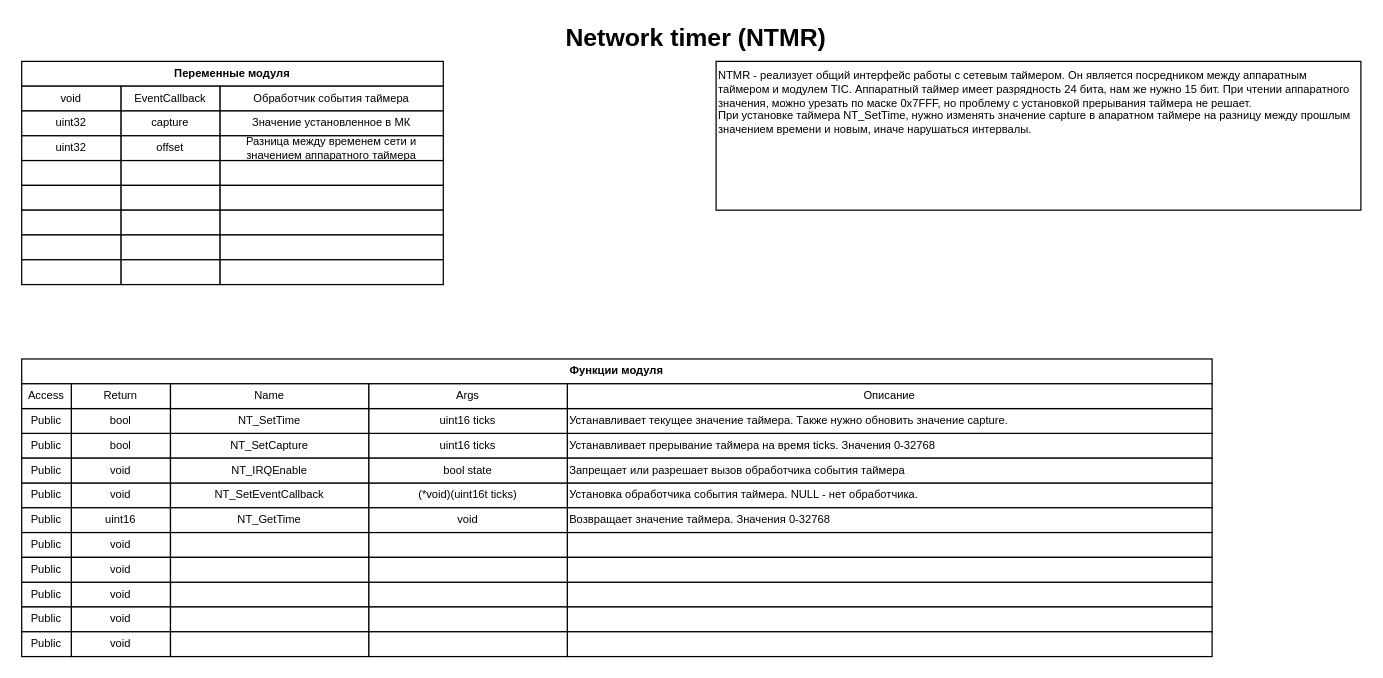
Earlier version of the draw.io diagram page "NTMR" (2 of 11) of documentation/programm modules/modulse struct.drawio (saurex83/WMNU). Source tidied: cells renumbered, new cells numbered last; positions are measured from the earlier drawing's top-left corner, leaving out a move shared by most shapes. Both pictures are drawn from the tidied source at 124%, with x=0, y=0 at pixel (21, 24).
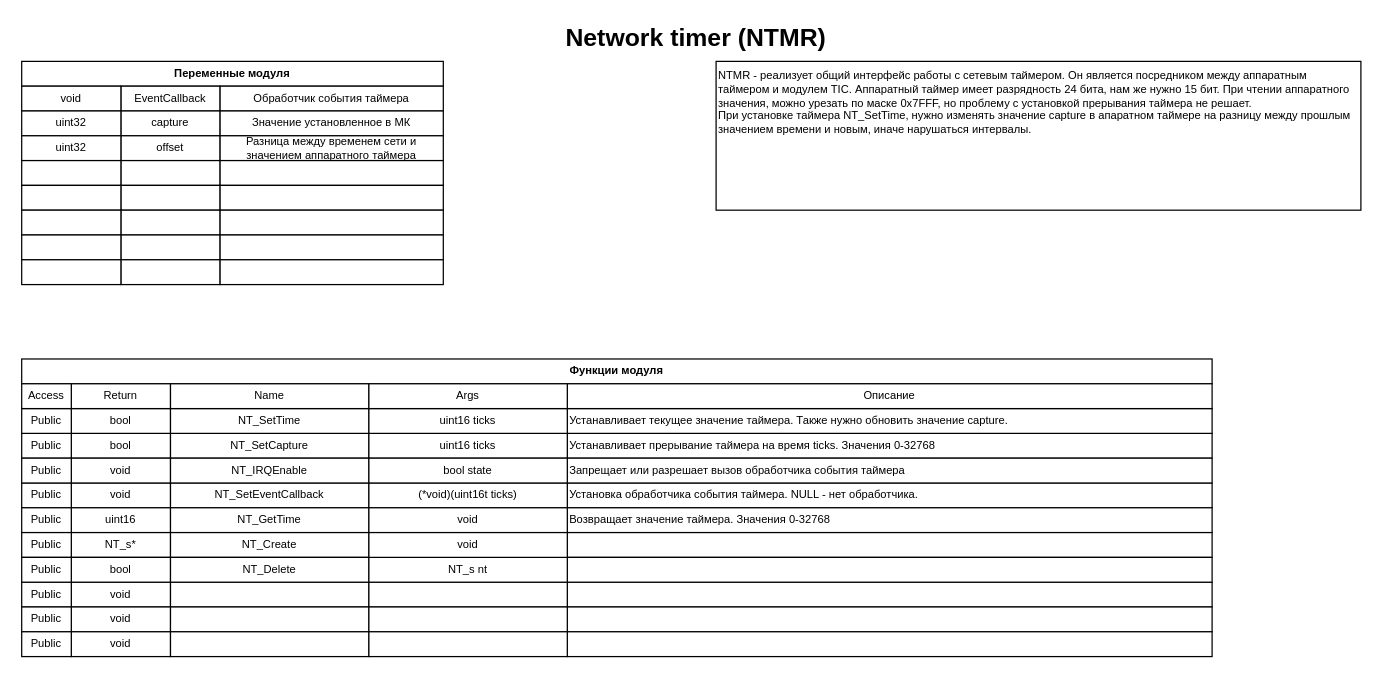
Above is the later version.

Unchanged cells that the change refers to:
```xml
<mxCell id="41" style="group;" parent="1" vertex="1">
  <mxGeometry y="410" width="960" height="20" as="geometry" />
</mxCell>
<mxCell id="58" style="group;" parent="1" vertex="1">
  <mxGeometry y="430" width="960" height="20" as="geometry" />
</mxCell>
```

The edit, as a diff of the source:
```diff
@@
-    <mxCell id="42" value="void" style="rounded=0;whiteSpace=wrap;html=1;fontSize=9;" parent="41" vertex="1">
+    <mxCell id="42" value="NT_s*" style="rounded=0;whiteSpace=wrap;html=1;fontSize=9;" parent="41" vertex="1">
       <mxGeometry x="40" width="80" height="20" as="geometry" />
     </mxCell>
-    <mxCell id="43" style="rounded=0;whiteSpace=wrap;html=1;fontSize=9;" parent="41" vertex="1">
+    <mxCell id="43" value="NT_Create" style="rounded=0;whiteSpace=wrap;html=1;fontSize=9;" parent="41" vertex="1">
       <mxGeometry x="120" width="160" height="20" as="geometry" />
     </mxCell>
@@
-    <mxCell id="45" style="rounded=0;whiteSpace=wrap;html=1;fontSize=9;" parent="41" vertex="1">
-      <mxGeometry x="280" width="160" height="20" as="geometry" />
-    </mxCell>
@@
-    <mxCell id="59" value="void" style="rounded=0;whiteSpace=wrap;html=1;fontSize=9;" parent="58" vertex="1">
+    <mxCell id="59" value="bool" style="rounded=0;whiteSpace=wrap;html=1;fontSize=9;" parent="58" vertex="1">
       <mxGeometry x="40" width="80" height="20" as="geometry" />
     </mxCell>
-    <mxCell id="60" style="rounded=0;whiteSpace=wrap;html=1;fontSize=9;" parent="58" vertex="1">
+    <mxCell id="60" value="&lt;span style=&quot;white-space: normal&quot;&gt;NT_Delete&lt;/span&gt;" style="rounded=0;whiteSpace=wrap;html=1;fontSize=9;" parent="58" vertex="1">
       <mxGeometry x="120" width="160" height="20" as="geometry" />
     </mxCell>
@@
-    <mxCell id="62" style="rounded=0;whiteSpace=wrap;html=1;fontSize=9;" parent="58" vertex="1">
+    <mxCell id="62" value="NT_s nt" style="rounded=0;whiteSpace=wrap;html=1;fontSize=9;" parent="58" vertex="1">
       <mxGeometry x="280" width="160" height="20" as="geometry" />
     </mxCell>
@@
+    <mxCell id="106" value="void" style="rounded=0;whiteSpace=wrap;html=1;fontSize=9;" parent="58" vertex="1">
+      <mxGeometry x="280" y="-20" width="160" height="20" as="geometry" />
+    </mxCell>
```
